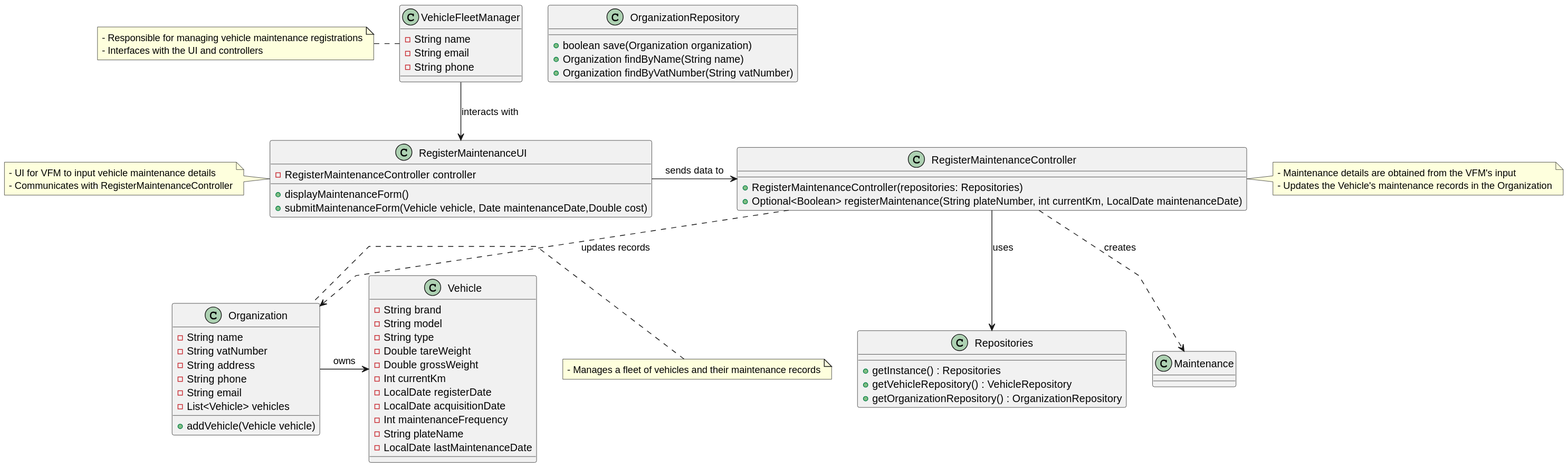
Before: docs/sprint3/us007/03.design/svg/us007-class-diagram.svg, a diagram exported from PlantUML (tiagosoa/lei-24-s2-1dgh-g073). Source of this version:
```plantuml
@startuml
skinparam packageStyle rectangle
skinparam shadowing false
skinparam linetype polyline


class VehicleFleetManager {
  - String name
  - String email
  - String phone
}

class Vehicle {
  - String brand
  - String model
  - String type
  - Double tareWeight
  - Double grossWeight
  - Int currentKm
  - LocalDate registerDate
  - LocalDate acquisitionDate
  - Int maintenanceFrequency
  - String plateName
  - LocalDate lastMaintenanceDate
}

class Organization {
  - String name
  - String vatNumber
  - String address
  - String phone
  - String email
  - List<Vehicle> vehicles
  + addVehicle(Vehicle vehicle)
}

class OrganizationRepository {
  + boolean save(Organization organization)
  + Organization findByName(String name)
  + Organization findByVatNumber(String vatNumber)
}

class Repositories {
  + getInstance() : Repositories
  + getVehicleRepository() : VehicleRepository
  + getOrganizationRepository() : OrganizationRepository
}

class RegisterMaintenanceController {
  + RegisterMaintenanceController(repositories: Repositories)
  + Optional<Boolean> registerMaintenance(String plateNumber, int currentKm, LocalDate maintenanceDate)
}

class RegisterMaintenanceUI {
  - RegisterMaintenanceController controller
  + displayMaintenanceForm()
  + submitMaintenanceForm(Vehicle vehicle, Date maintenanceDate,Double cost)
}

note right of RegisterMaintenanceController
  - Maintenance details are obtained from the VFM's input
  - Updates the Vehicle's maintenance records in the Organization
end note

note left of RegisterMaintenanceUI
  - UI for VFM to input vehicle maintenance details
  - Communicates with RegisterMaintenanceController
end note

note left of Organization
  - Manages a fleet of vehicles and their maintenance records
end note

note left of VehicleFleetManager
  - Responsible for managing vehicle maintenance registrations
  - Interfaces with the UI and controllers
end note

VehicleFleetManager -down-> RegisterMaintenanceUI : interacts with
RegisterMaintenanceUI -right-> RegisterMaintenanceController : sends data to
RegisterMaintenanceController -down-> Repositories : uses
Organization -right-> Vehicle : owns
RegisterMaintenanceController ..> Maintenance : creates
RegisterMaintenanceController ..> Organization : updates records
@enduml
```
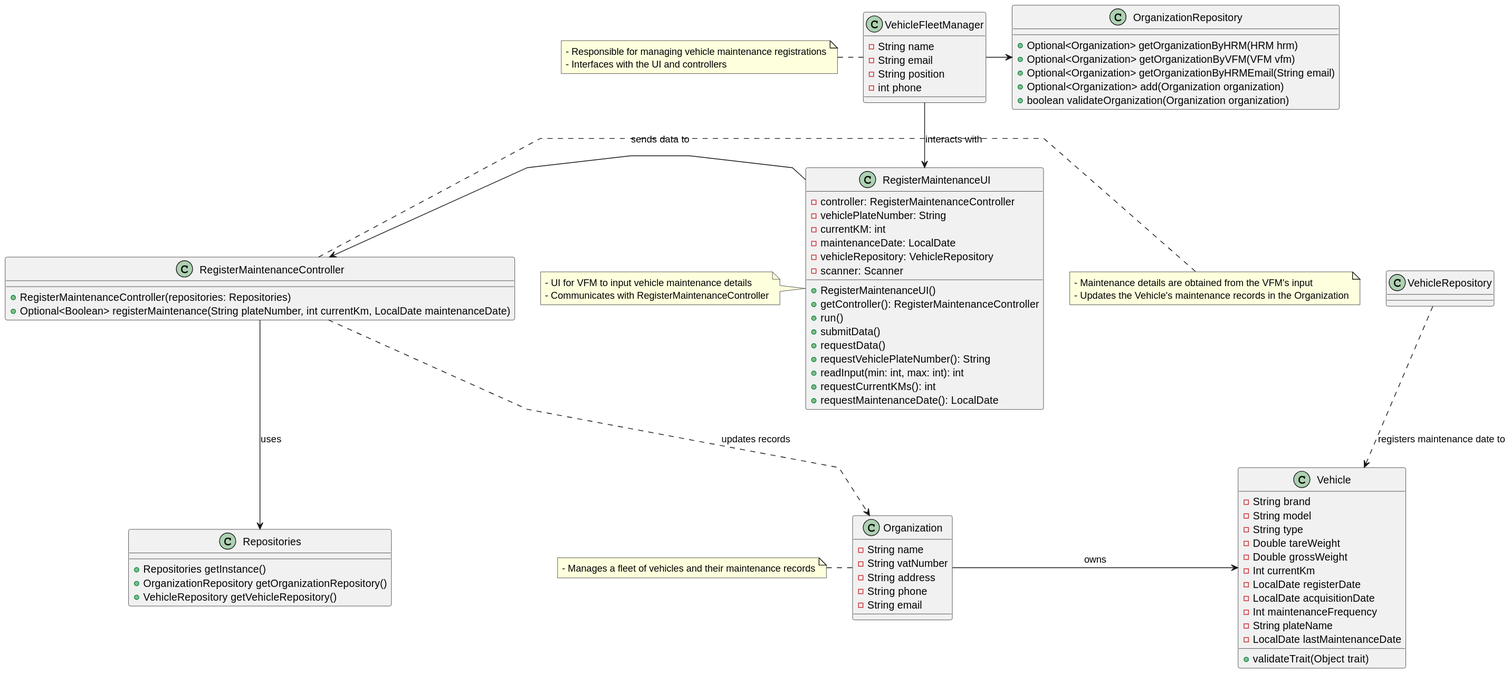
The same diagram one commit later.

Change to the diagram source:
```diff
@@ -7,7 +7,8 @@
 class VehicleFleetManager {
   - String name
   - String email
-  - String phone
+  - String position
+  - int phone
 }
 
 class Vehicle {
@@ -22,6 +23,7 @@
   - Int maintenanceFrequency
   - String plateName
   - LocalDate lastMaintenanceDate
+  + validateTrait(Object trait)
 }
 
 class Organization {
@@ -30,20 +32,20 @@
   - String address
   - String phone
   - String email
-  - List<Vehicle> vehicles
-  + addVehicle(Vehicle vehicle)
 }
 
 class OrganizationRepository {
-  + boolean save(Organization organization)
-  + Organization findByName(String name)
-  + Organization findByVatNumber(String vatNumber)
+  + Optional<Organization> getOrganizationByHRM(HRM hrm)
+  + Optional<Organization> getOrganizationByVFM(VFM vfm)
+  + Optional<Organization> getOrganizationByHRMEmail(String email)
+  + Optional<Organization> add(Organization organization)
+  + boolean validateOrganization(Organization organization)
 }
 
 class Repositories {
-  + getInstance() : Repositories
-  + getVehicleRepository() : VehicleRepository
-  + getOrganizationRepository() : OrganizationRepository
+  + Repositories getInstance()
+  + OrganizationRepository getOrganizationRepository()
+  + VehicleRepository getVehicleRepository()
 }
 
 class RegisterMaintenanceController {
@@ -52,9 +54,21 @@
 }
 
 class RegisterMaintenanceUI {
-  - RegisterMaintenanceController controller
-  + displayMaintenanceForm()
-  + submitMaintenanceForm(Vehicle vehicle, Date maintenanceDate,Double cost)
+        - controller: RegisterMaintenanceController
+        - vehiclePlateNumber: String
+        - currentKM: int
+        - maintenanceDate: LocalDate
+        - vehicleRepository: VehicleRepository
+        - scanner: Scanner
+        + RegisterMaintenanceUI()
+        + getController(): RegisterMaintenanceController
+        + run()
+        + submitData()
+        + requestData()
+        + requestVehiclePlateNumber(): String
+        + readInput(min: int, max: int): int
+        + requestCurrentKMs(): int
+        + requestMaintenanceDate(): LocalDate
 }
 
 note right of RegisterMaintenanceController
@@ -76,10 +90,11 @@
   - Interfaces with the UI and controllers
 end note
 
+VehicleFleetManager -right> OrganizationRepository
 VehicleFleetManager -down-> RegisterMaintenanceUI : interacts with
 RegisterMaintenanceUI -right-> RegisterMaintenanceController : sends data to
 RegisterMaintenanceController -down-> Repositories : uses
 Organization -right-> Vehicle : owns
-RegisterMaintenanceController ..> Maintenance : creates
+VehicleRepository ..> Vehicle : registers maintenance date to
 RegisterMaintenanceController ..> Organization : updates records
 @enduml
```
